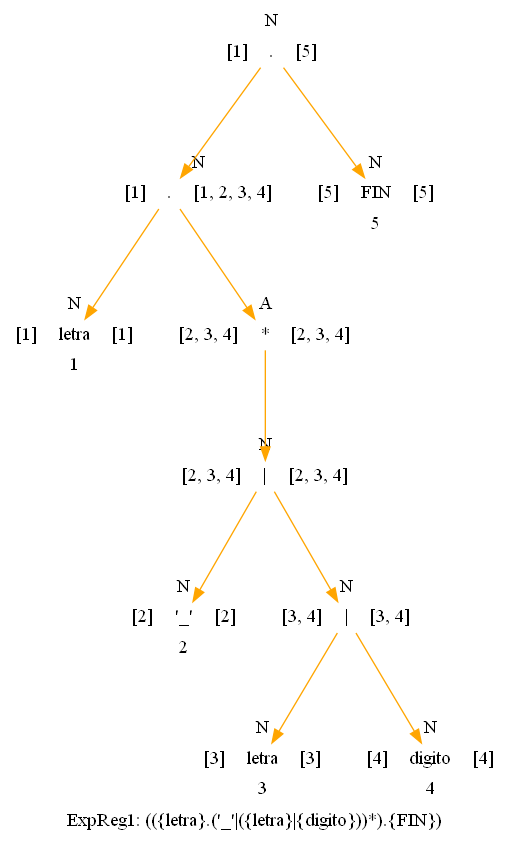
PikaGuty/OLC1_Proyecto1_202004765 keeps this Graphviz diagram as ARBOLES_202004765/Arbol_ExpReg1.png. Above is the earlier version. Its source is kept beside it as ARBOLES_202004765/Arbol_ExpReg1.dot. Source of this version:
```dot
digraph structs {
    node [shape=record];
    label = "ExpReg1: (({letra}.('_'|({letra}|{digito}))*).{FIN})";
    Nodo10 [label="{ N |{[1]|<here> . |[5]}| }" color="white"];
    Nodo8 [label="{ N |{[1]|<here> . |[1, 2, 3, 4]}| }" color="white"];
    Nodo1 [label="{ N |{[1]|<here> letra |[1]}| 1}" color="white"];
    Nodo7 [label="{ A |{[2, 3, 4]|<here> * |[2, 3, 4]}| }" color="white"];
    Nodo6 [label="{ N |{[2, 3, 4]|<here> \| |[2, 3, 4]}| }" color="white"];
    Nodo2 [label="{ N |{[2]|<here> '_' |[2]}| 2}" color="white"];
    Nodo5 [label="{ N |{[3, 4]|<here> \| |[3, 4]}| }" color="white"];
    Nodo3 [label="{ N |{[3]|<here> letra |[3]}| 3}" color="white"];
    Nodo4 [label="{ N |{[4]|<here> digito |[4]}| 4}" color="white"];
    Nodo9 [label="{ N |{[5]|<here> FIN |[5]}| 5}" color="white"];
    Nodo10:here -> Nodo8:here [color="orange"];
    Nodo10:here -> Nodo9:here [color="orange"];
    Nodo8:here -> Nodo1:here [color="orange"];
    Nodo8:here -> Nodo7:here [color="orange"];
    Nodo7:here -> Nodo6:here [color="orange"];
    Nodo6:here -> Nodo2:here [color="orange"];
    Nodo6:here -> Nodo5:here [color="orange"];
    Nodo5:here -> Nodo3:here [color="orange"];
    Nodo5:here -> Nodo4:here [color="orange"];
}
```
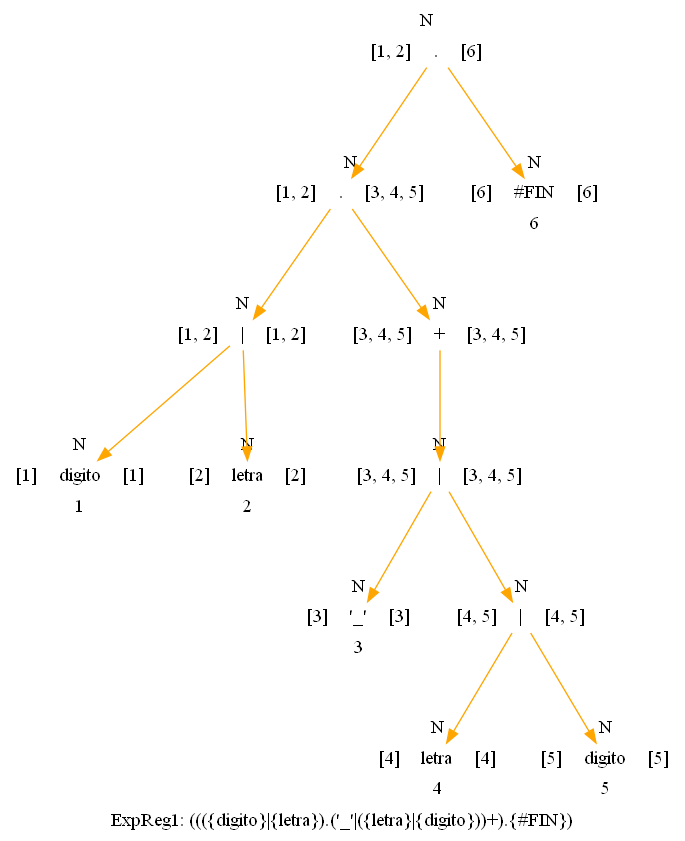
After the commit.

What changed in the source:
```diff
@@ -1,23 +1,27 @@
 digraph structs {
     node [shape=record];
-    label = "ExpReg1: (({letra}.('_'|({letra}|{digito}))*).{FIN})";
-    Nodo10 [label="{ N |{[1]|<here> . |[5]}| }" color="white"];
-    Nodo8 [label="{ N |{[1]|<here> . |[1, 2, 3, 4]}| }" color="white"];
-    Nodo1 [label="{ N |{[1]|<here> letra |[1]}| 1}" color="white"];
-    Nodo7 [label="{ A |{[2, 3, 4]|<here> * |[2, 3, 4]}| }" color="white"];
-    Nodo6 [label="{ N |{[2, 3, 4]|<here> \| |[2, 3, 4]}| }" color="white"];
-    Nodo2 [label="{ N |{[2]|<here> '_' |[2]}| 2}" color="white"];
-    Nodo5 [label="{ N |{[3, 4]|<here> \| |[3, 4]}| }" color="white"];
-    Nodo3 [label="{ N |{[3]|<here> letra |[3]}| 3}" color="white"];
-    Nodo4 [label="{ N |{[4]|<here> digito |[4]}| 4}" color="white"];
-    Nodo9 [label="{ N |{[5]|<here> FIN |[5]}| 5}" color="white"];
-    Nodo10:here -> Nodo8:here [color="orange"];
+    label = "ExpReg1: ((({digito}|{letra}).('_'|({letra}|{digito}))+).{#FIN})";
+    Nodo12 [label="{ N |{[1, 2]|<here> . |[6]}| }" color="white"];
+    Nodo10 [label="{ N |{[1, 2]|<here> . |[3, 4, 5]}| }" color="white"];
+    Nodo3 [label="{ N |{[1, 2]|<here> \| |[1, 2]}| }" color="white"];
+    Nodo1 [label="{ N |{[1]|<here> digito |[1]}| 1}" color="white"];
+    Nodo2 [label="{ N |{[2]|<here> letra |[2]}| 2}" color="white"];
+    Nodo9 [label="{ N |{[3, 4, 5]|<here> + |[3, 4, 5]}| }" color="white"];
+    Nodo8 [label="{ N |{[3, 4, 5]|<here> \| |[3, 4, 5]}| }" color="white"];
+    Nodo4 [label="{ N |{[3]|<here> '_' |[3]}| 3}" color="white"];
+    Nodo7 [label="{ N |{[4, 5]|<here> \| |[4, 5]}| }" color="white"];
+    Nodo5 [label="{ N |{[4]|<here> letra |[4]}| 4}" color="white"];
+    Nodo6 [label="{ N |{[5]|<here> digito |[5]}| 5}" color="white"];
+    Nodo11 [label="{ N |{[6]|<here> #FIN |[6]}| 6}" color="white"];
+    Nodo12:here -> Nodo10:here [color="orange"];
+    Nodo12:here -> Nodo11:here [color="orange"];
+    Nodo10:here -> Nodo3:here [color="orange"];
     Nodo10:here -> Nodo9:here [color="orange"];
-    Nodo8:here -> Nodo1:here [color="orange"];
+    Nodo3:here -> Nodo1:here [color="orange"];
+    Nodo3:here -> Nodo2:here [color="orange"];
+    Nodo9:here -> Nodo8:here [color="orange"];
+    Nodo8:here -> Nodo4:here [color="orange"];
     Nodo8:here -> Nodo7:here [color="orange"];
+    Nodo7:here -> Nodo5:here [color="orange"];
     Nodo7:here -> Nodo6:here [color="orange"];
-    Nodo6:here -> Nodo2:here [color="orange"];
-    Nodo6:here -> Nodo5:here [color="orange"];
-    Nodo5:here -> Nodo3:here [color="orange"];
-    Nodo5:here -> Nodo4:here [color="orange"];
 }
```
